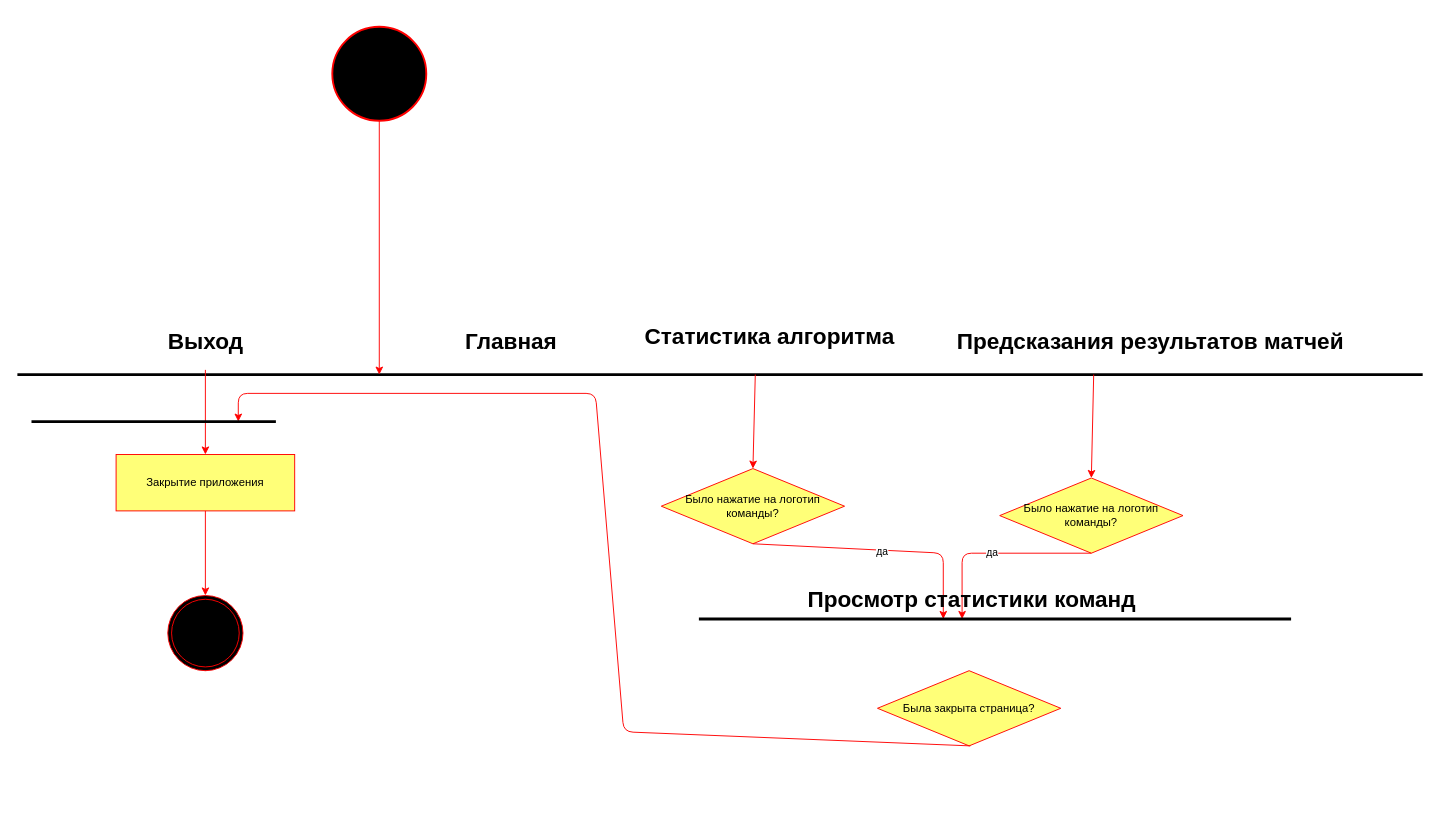
This is Практика диаграмма деятельности.drawio from DarkReduX/Diagrams-for-projects, a draw.io file, before an edit. Source tidied: cells renumbered, new cells numbered last; positions are measured from the earlier drawing's top-left corner, leaving out a move shared by most shapes. Both pictures are drawn from the tidied source at 94%, with x=0, y=0 at pixel (17, 26).
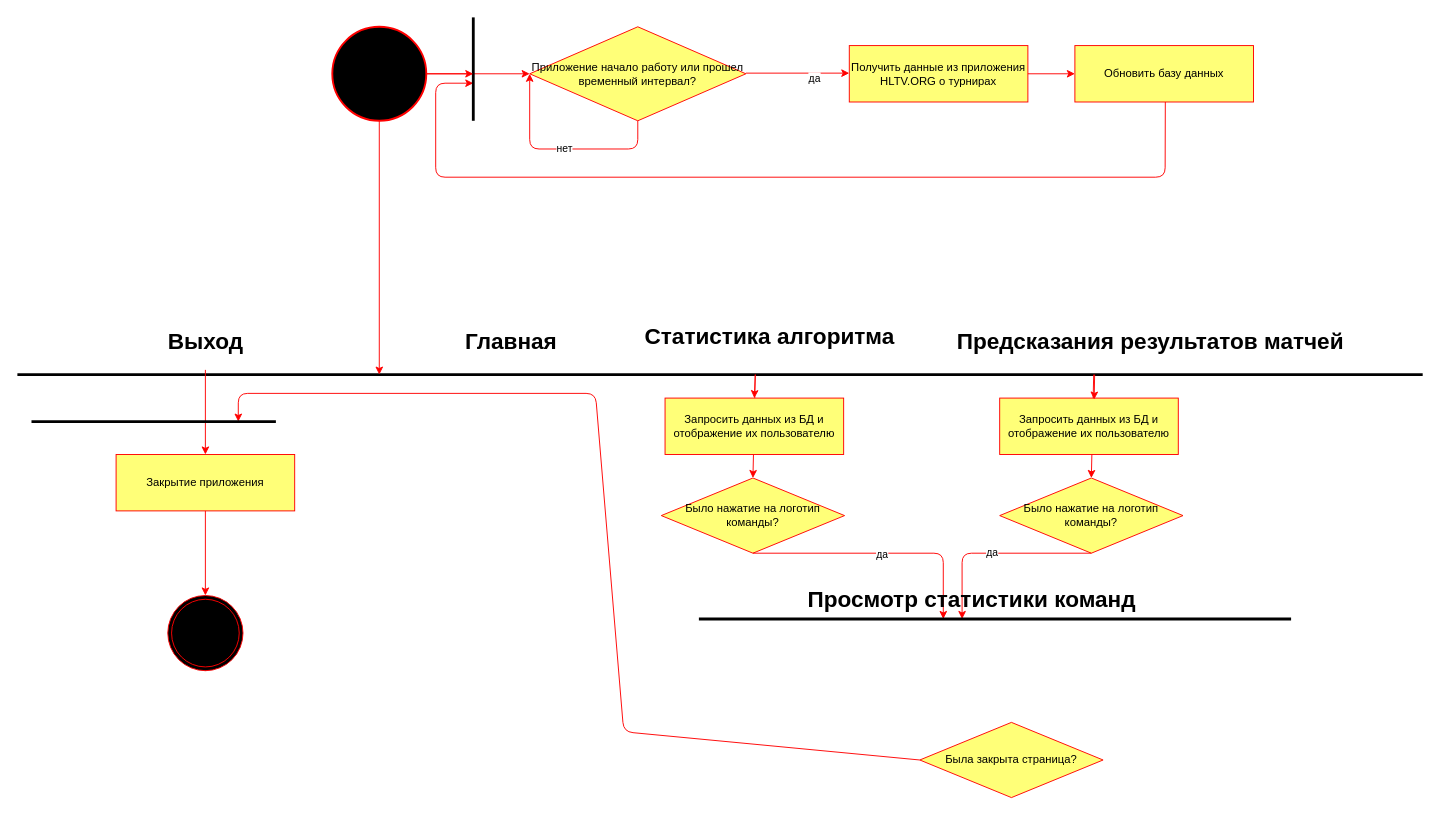
The same page after the edit.

The change refers to these unchanged cells:
```xml
<mxCell id="2" style="strokeWidth=2;html=1;shape=mxgraph.flowchart.start_2;whiteSpace=wrap;fillColor=#000000;strokeColor=#FF0000;" parent="1" vertex="1">
  <mxGeometry x="335" width="100" height="100" as="geometry" />
</mxCell>
```

The edit, as a diff of the source:
```diff
@@
     <mxCell id="13" value="Было нажатие на логотип команды?" style="rhombus;whiteSpace=wrap;html=1;fillColor=#FFFF78;gradientColor=none;strokeColor=#FF0000;" parent="1" vertex="1">
-      <mxGeometry x="685" y="470" width="195" height="80" as="geometry" />
+      <mxGeometry x="685" y="480" width="195" height="80" as="geometry" />
     </mxCell>
@@
     <mxCell id="23" value="Была закрыта страница?" style="rhombus;whiteSpace=wrap;html=1;fillColor=#FFFF78;gradientColor=none;strokeColor=#FF0000;" parent="1" vertex="1">
-      <mxGeometry x="915" y="685" width="195" height="80" as="geometry" />
+      <mxGeometry x="960" y="740" width="195" height="80" as="geometry" />
     </mxCell>
-    <mxCell id="24" style="endArrow=classic;html=1;strokeColor=#FF0000;" parent="1" edge="1">
+    <mxCell id="24" style="endArrow=classic;html=1;strokeColor=#FF0000;exitX=0;exitY=0.5;exitDx=0;exitDy=0;" parent="1" edge="1" source="23">
       <mxGeometry relative="1" as="geometry">
-        <mxPoint x="1013.8" y="765" as="sourcePoint" />
         <mxPoint x="235" y="420" as="targetPoint" />
         <Array as="points">
           <mxPoint x="645" y="750" />
           <mxPoint x="615" y="390" />
           <mxPoint x="235" y="390" />
         </Array>
       </mxGeometry>
     </mxCell>
@@
+    <mxCell id="26" style="endArrow=classic;html=1;strokeColor=#FF0000;exitX=1;exitY=0.5;exitDx=0;exitDy=0;exitPerimeter=0;" parent="1" edge="1" source="2">
+      <mxGeometry relative="1" as="geometry">
+        <mxPoint x="545" y="50" as="targetPoint" />
+      </mxGeometry>
+    </mxCell>
+    <mxCell id="27" value="Приложение начало работу или прошел временный интервал?" style="rhombus;whiteSpace=wrap;html=1;fillColor=#FFFF78;gradientColor=none;strokeColor=#FF0000;" parent="1" vertex="1">
+      <mxGeometry x="545" width="230" height="100" as="geometry" />
+    </mxCell>
+    <mxCell id="28" style="endArrow=classic;html=1;strokeColor=#FF0000;exitX=1;exitY=0.5;exitDx=0;exitDy=0;exitPerimeter=0;" parent="1" edge="1">
+      <mxGeometry relative="1" as="geometry">
+        <mxPoint x="775" y="49.3" as="sourcePoint" />
+        <mxPoint x="885" y="49.3" as="targetPoint" />
+      </mxGeometry>
+    </mxCell>
+    <mxCell id="29" value="да" style="edgeLabel;html=1;align=center;verticalAlign=middle;" parent="28" vertex="1">
+      <mxGeometry x="0.3" y="-5" relative="1" as="geometry" />
+    </mxCell>
+    <mxCell id="30" style="endArrow=classic;html=1;strokeColor=#FF0000;exitX=0.5;exitY=1;exitDx=0;exitDy=0;entryX=0;entryY=0.5;entryDx=0;entryDy=0;" parent="1" edge="1" source="27" target="27">
+      <mxGeometry relative="1" as="geometry">
+        <Array as="points">
+          <mxPoint x="660" y="130" />
+          <mxPoint x="545" y="130" />
+        </Array>
+      </mxGeometry>
+    </mxCell>
+    <mxCell id="31" value="нет&lt;br&gt;" style="edgeLabel;html=1;align=center;verticalAlign=middle;" parent="30" vertex="1">
+      <mxGeometry x="-0.03" y="-1" relative="1" as="geometry" />
+    </mxCell>
+    <mxCell id="32" value="Получить данные из приложения HLTV.ORG о турнирах" style="whiteSpace=wrap;html=1;strokeColor=#FF0000;gradientColor=none;fillColor=#FFFF78;" parent="1" vertex="1">
+      <mxGeometry x="885" y="20" width="190" height="60" as="geometry" />
+    </mxCell>
+    <mxCell id="33" value="Обновить базу данных" style="whiteSpace=wrap;html=1;strokeColor=#FF0000;gradientColor=none;fillColor=#FFFF78;" parent="1" vertex="1">
+      <mxGeometry x="1125" y="20" width="190" height="60" as="geometry" />
+    </mxCell>
+    <mxCell id="34" style="endArrow=classic;html=1;strokeColor=#FF0000;entryX=0;entryY=0.5;entryDx=0;entryDy=0;exitX=1;exitY=0.5;exitDx=0;exitDy=0;" parent="1" edge="1" source="32" target="33">
+      <mxGeometry relative="1" as="geometry" />
+    </mxCell>
+    <mxCell id="35" style="endArrow=classic;html=1;strokeColor=#FF0000;" parent="1" edge="1">
+      <mxGeometry relative="1" as="geometry">
+        <mxPoint x="1221.2" y="80" as="sourcePoint" />
+        <mxPoint x="485" y="60" as="targetPoint" />
+        <Array as="points">
+          <mxPoint x="1221" y="160" />
+          <mxPoint x="445" y="160" />
+          <mxPoint x="445" y="60" />
+        </Array>
+      </mxGeometry>
+    </mxCell>
+    <mxCell id="36" style="endArrow=none;html=1;strokeWidth=3;" parent="1" edge="1">
+      <mxGeometry relative="1" as="geometry">
+        <mxPoint x="485" y="-10" as="sourcePoint" />
+        <mxPoint x="485" y="100" as="targetPoint" />
+      </mxGeometry>
+    </mxCell>
+    <mxCell id="37" style="endArrow=classic;html=1;strokeColor=#FF0000;exitX=1;exitY=0.5;exitDx=0;exitDy=0;exitPerimeter=0;" parent="1" edge="1" source="2">
+      <mxGeometry relative="1" as="geometry">
+        <mxPoint x="485" y="50" as="targetPoint" />
+      </mxGeometry>
+    </mxCell>
+    <mxCell id="38" value="Запросить данных из БД и отображение их пользователю" style="whiteSpace=wrap;html=1;strokeColor=#FF0000;gradientColor=none;fillColor=#FFFF78;" parent="1" vertex="1">
+      <mxGeometry x="689" y="395" width="190" height="60" as="geometry" />
+    </mxCell>
+    <mxCell id="39" value="Запросить данных из БД и отображение их пользователю" style="whiteSpace=wrap;html=1;strokeColor=#FF0000;gradientColor=none;fillColor=#FFFF78;" parent="1" vertex="1">
+      <mxGeometry x="1045" y="395" width="190" height="60" as="geometry" />
+    </mxCell>
+    <mxCell id="40" style="endArrow=classic;html=1;strokeColor=#FF0000;entryX=0.529;entryY=0.026;entryDx=0;entryDy=0;entryPerimeter=0;" parent="1" edge="1" target="39">
+      <mxGeometry relative="1" as="geometry">
+        <mxPoint x="1146" y="370" as="sourcePoint" />
+      </mxGeometry>
+    </mxCell>
+    <mxCell id="41" style="endArrow=classic;html=1;strokeColor=#FF0000;entryX=0.5;entryY=0;entryDx=0;entryDy=0;" parent="1" edge="1" target="38">
+      <mxGeometry relative="1" as="geometry">
+        <mxPoint x="785" y="370" as="sourcePoint" />
+      </mxGeometry>
+    </mxCell>
```
